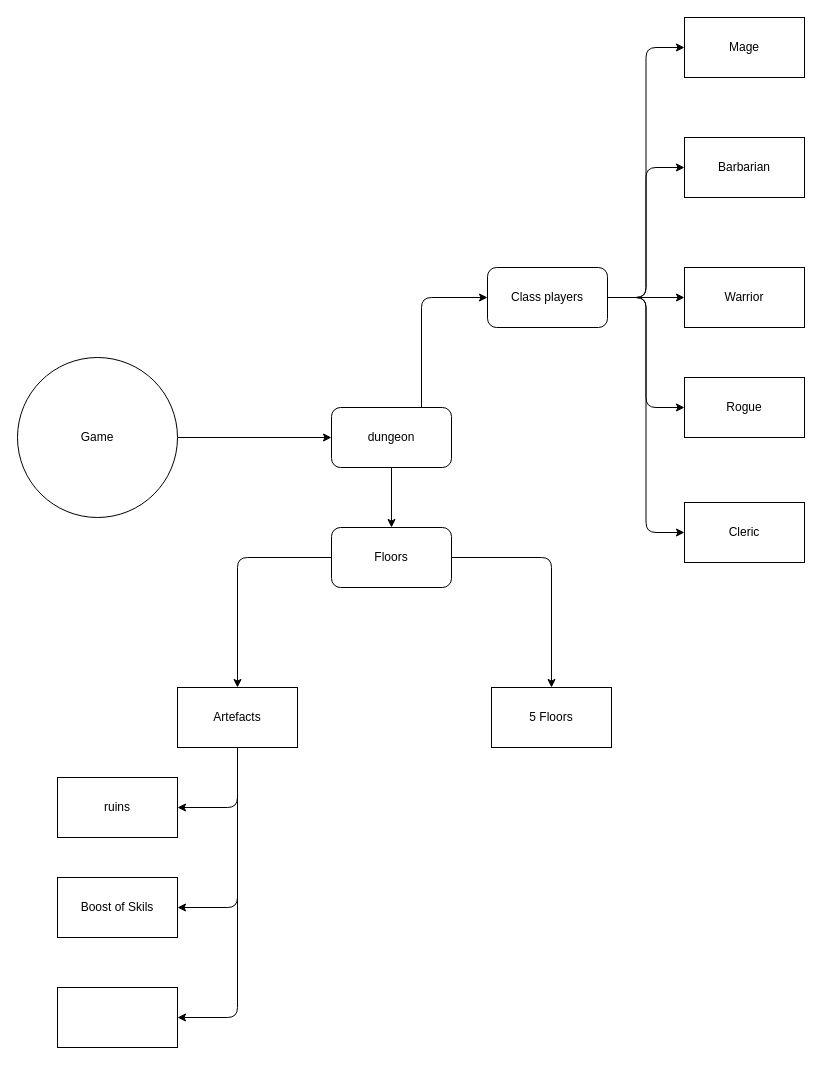
Before: page "caracters" (1 of 2) of model.drawio in GLSDS/RPG, a draw.io diagram. Source tidied: cells renumbered, new cells numbered last; positions are measured from the earlier drawing's top-left corner, leaving out a move shared by most shapes. Both pictures are drawn from the tidied source at 100%, with x=0, y=0 at pixel (17, 17).
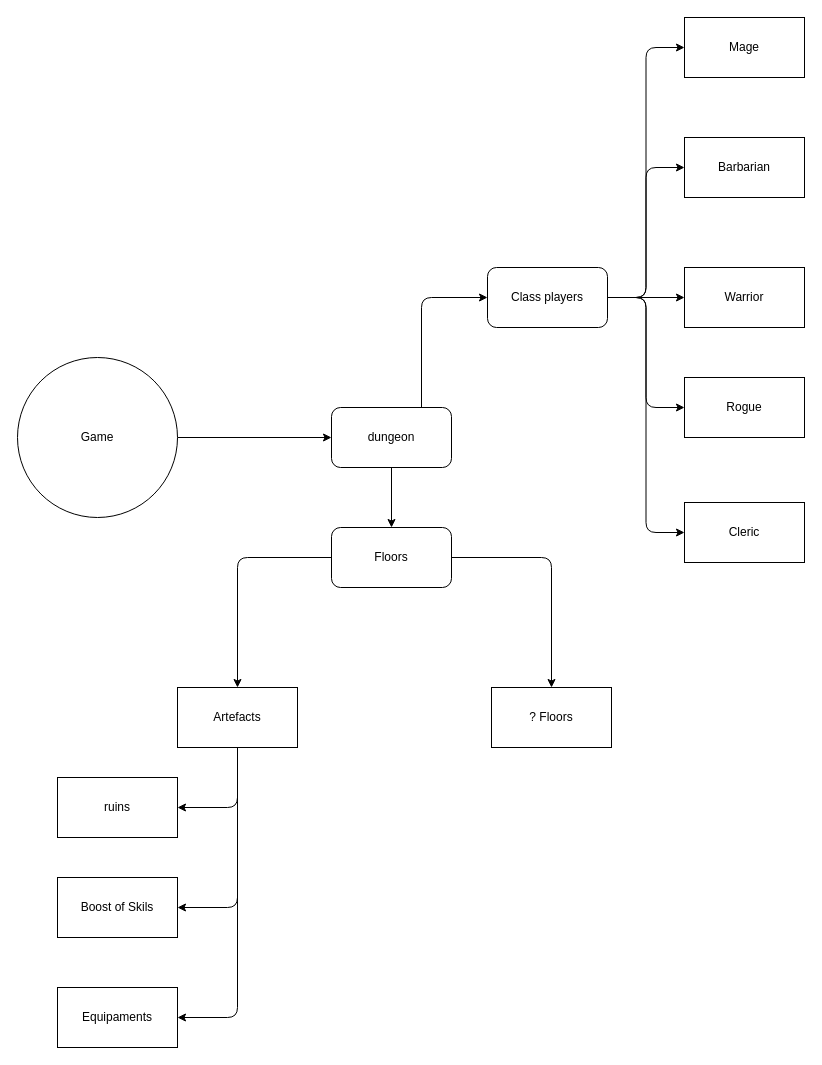
After the change.

Change to the diagram source:
```diff
@@
-    <mxCell id="21" value="5 Floors" style="rounded=0;whiteSpace=wrap;html=1;" parent="1" vertex="1">
+    <mxCell id="21" value="? Floors" style="rounded=0;whiteSpace=wrap;html=1;" parent="1" vertex="1">
       <mxGeometry x="474" y="670" width="120" height="60" as="geometry" />
     </mxCell>
@@
-    <mxCell id="27" style="rounded=0;whiteSpace=wrap;html=1;" parent="1" vertex="1">
+    <mxCell id="27" value="Equipaments" style="rounded=0;whiteSpace=wrap;html=1;" parent="1" vertex="1">
       <mxGeometry x="40" y="970" width="120" height="60" as="geometry" />
     </mxCell>
```
